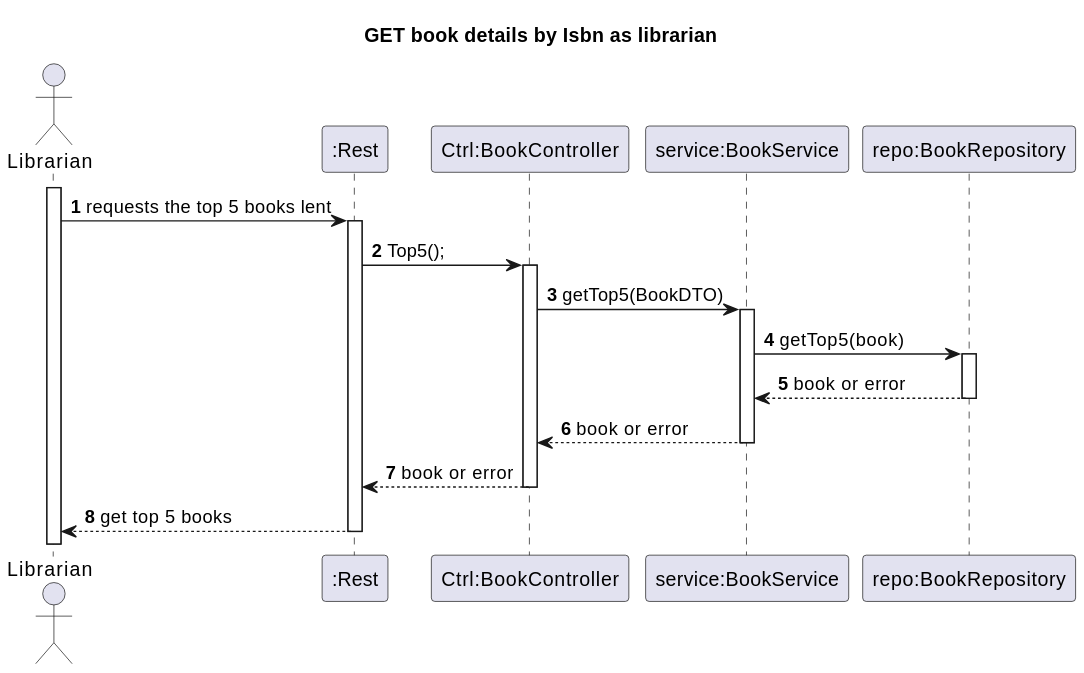
Above: Docs/Phase2/WP2B-Books/Ph2-9-KnowTop5BooksLent/Ph2-9-KnowTop5BooksLent.svg in rutemf/1220944_1220772_G01 (PlantUML), before the change.
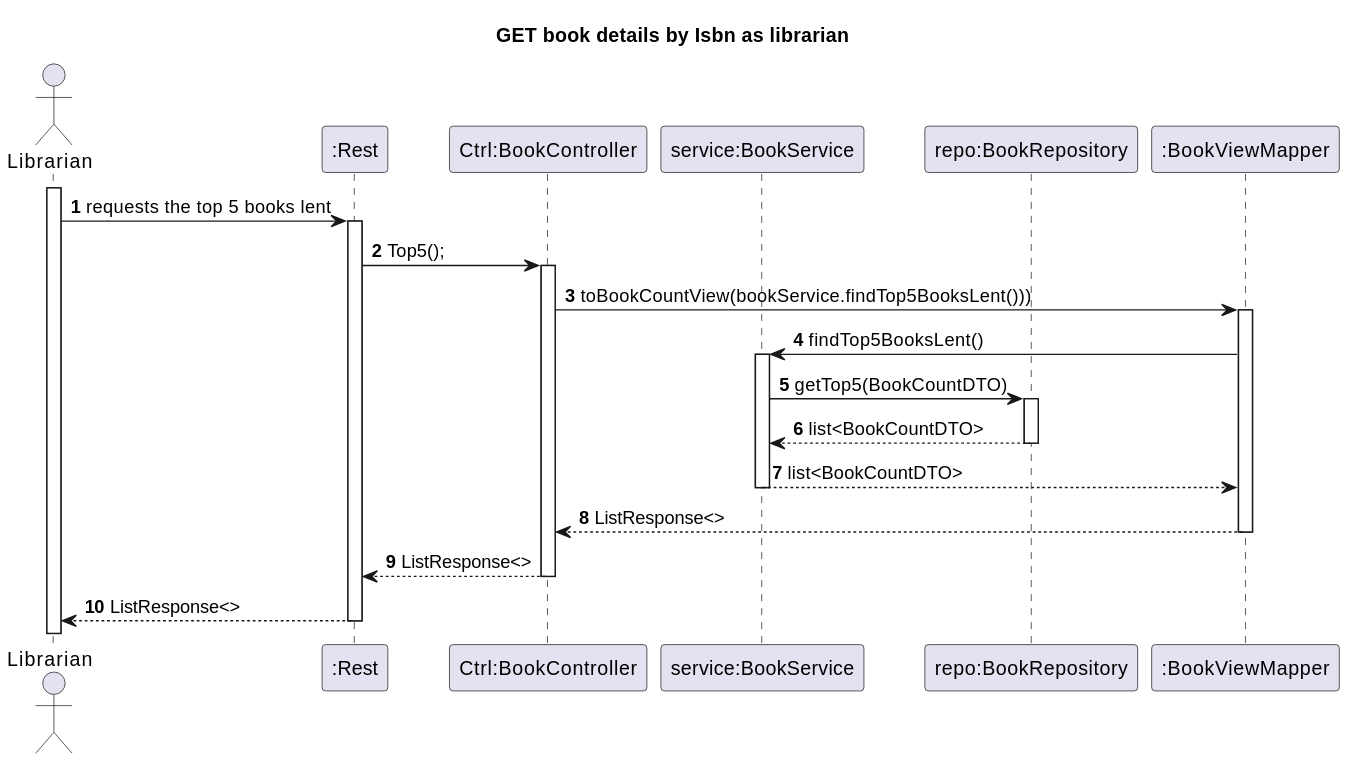
Later version of the same file.

Diff of the diagram source:
```diff
@@ -9,6 +9,8 @@
 participant "Ctrl:BookController" as Ctrl
 participant "service:BookService" as Service
 participant "repo:BookRepository" as Repo
+participant ":BookViewMapper" as Mapper
+
 
 activate User
 
@@ -16,10 +18,13 @@
 
 Rest -> Ctrl: Top5();
 
-Ctrl -> Service: getTop5(BookDTO)
-Service -> Repo: getTop5(book)
-Repo --> Service: book or error
-Service --> Ctrl: book or error
-Ctrl --> Rest: book or error
-Rest --> User: get top 5 books
+
+Ctrl -> Mapper: toBookCountView(bookService.findTop5BooksLent()))
+Mapper -> Service: findTop5BooksLent()
+Service -> Repo: getTop5(BookCountDTO)
+Repo --> Service: list<BookCountDTO>
+Service --> Mapper: list<BookCountDTO>
+Mapper --> Ctrl: ListResponse<>
+Ctrl --> Rest: ListResponse<>
+Rest --> User: ListResponse<>
 @enduml
```
